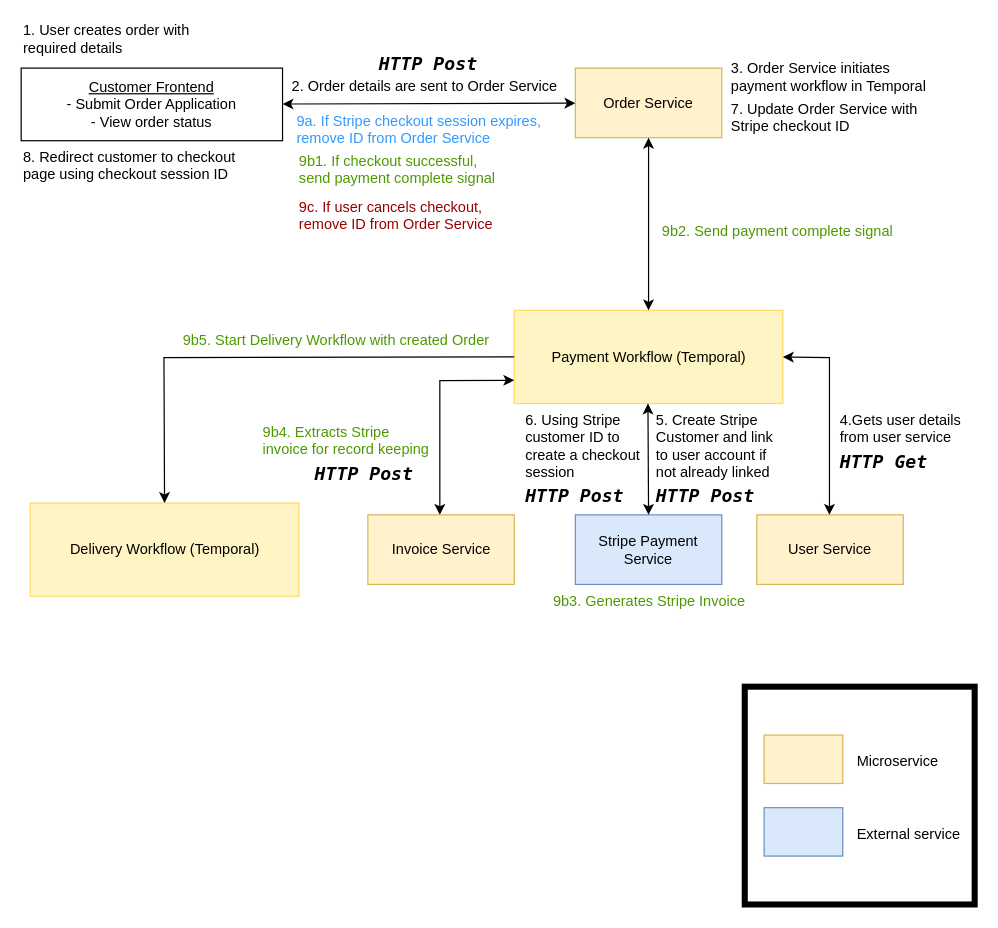
This is page "Page-1" (1 of 2) of diagrams/Scenario1.drawio from darkliyznyanlin910/esd-2425T2, a draw.io file, before an edit. Source tidied: cells renumbered, new cells numbered last; positions are measured from the earlier drawing's top-left corner, leaving out a move shared by most shapes. Both pictures are drawn from the tidied source at 121%, with x=0, y=0 at pixel (21, 21).
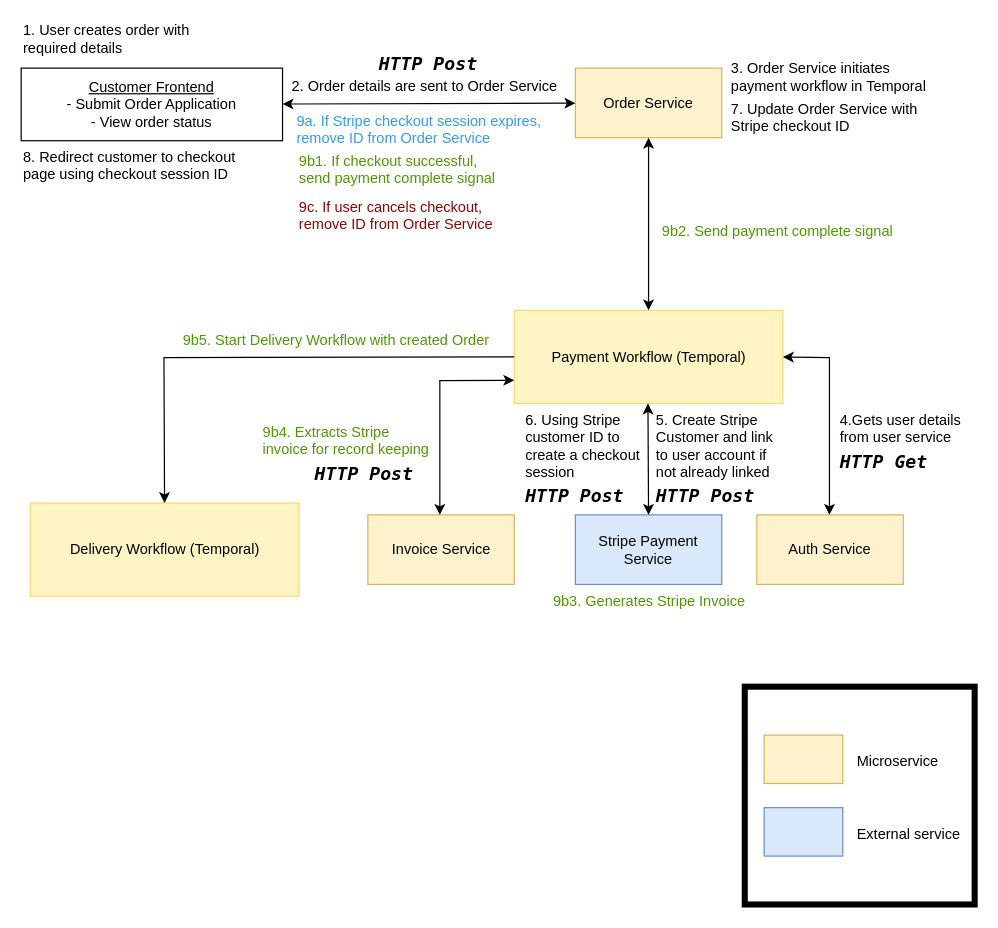
The same diagram, later.

Commit message:
updated order from frontend diagram

Change to the diagram source:
```diff
@@
-    <mxCell id="10" value="User Service" style="rounded=0;whiteSpace=wrap;html=1;fillColor=#fff2cc;strokeColor=#d6b656;" parent="1" vertex="1">
+    <mxCell id="10" value="Auth Service" style="rounded=0;whiteSpace=wrap;html=1;fillColor=#fff2cc;strokeColor=#d6b656;" parent="1" vertex="1">
       <mxGeometry x="608" y="408" width="121" height="57.5" as="geometry" />
     </mxCell>
```
